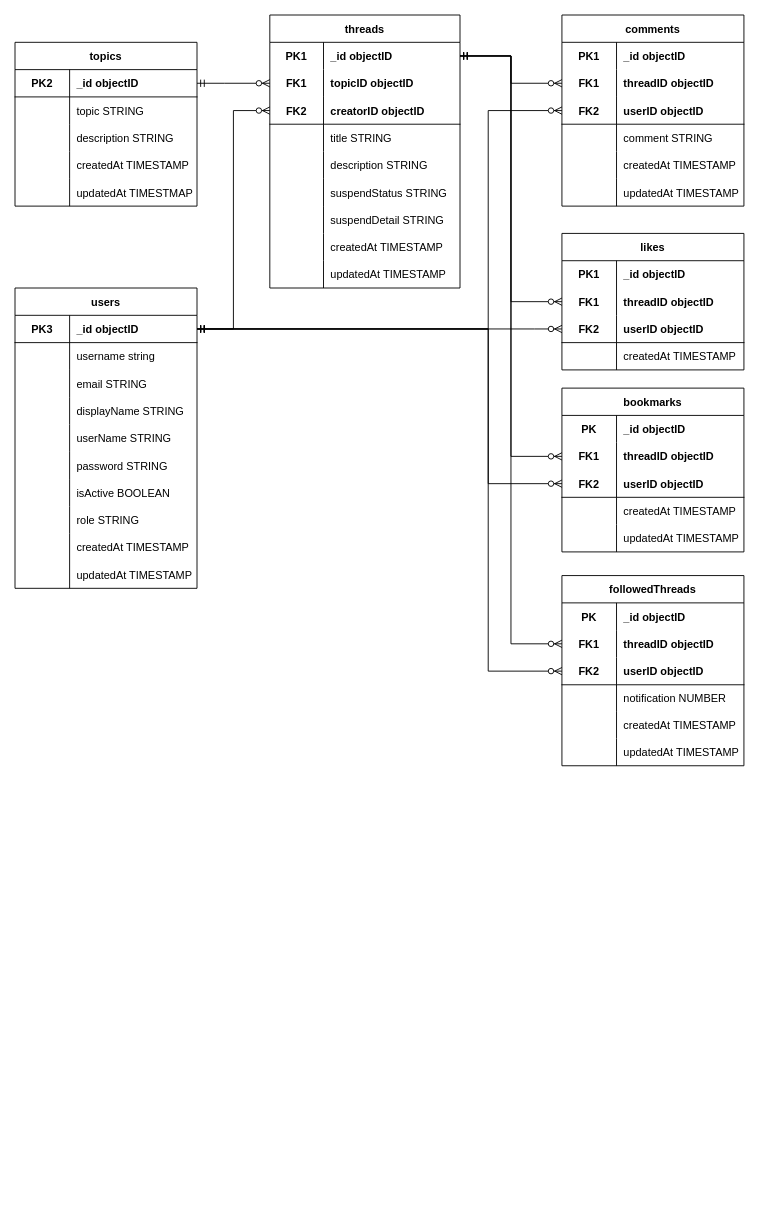
Earlier version of the draw.io diagram document/diagram.drawio (ChaRum-Capstone-Project-Batch-3/Backend). Source tidied: cells renumbered, new cells numbered last; positions are measured from the earlier drawing's top-left corner, leaving out a move shared by most shapes. Both pictures are drawn from the tidied source at 91%, with x=0, y=0 at pixel (15, 15).
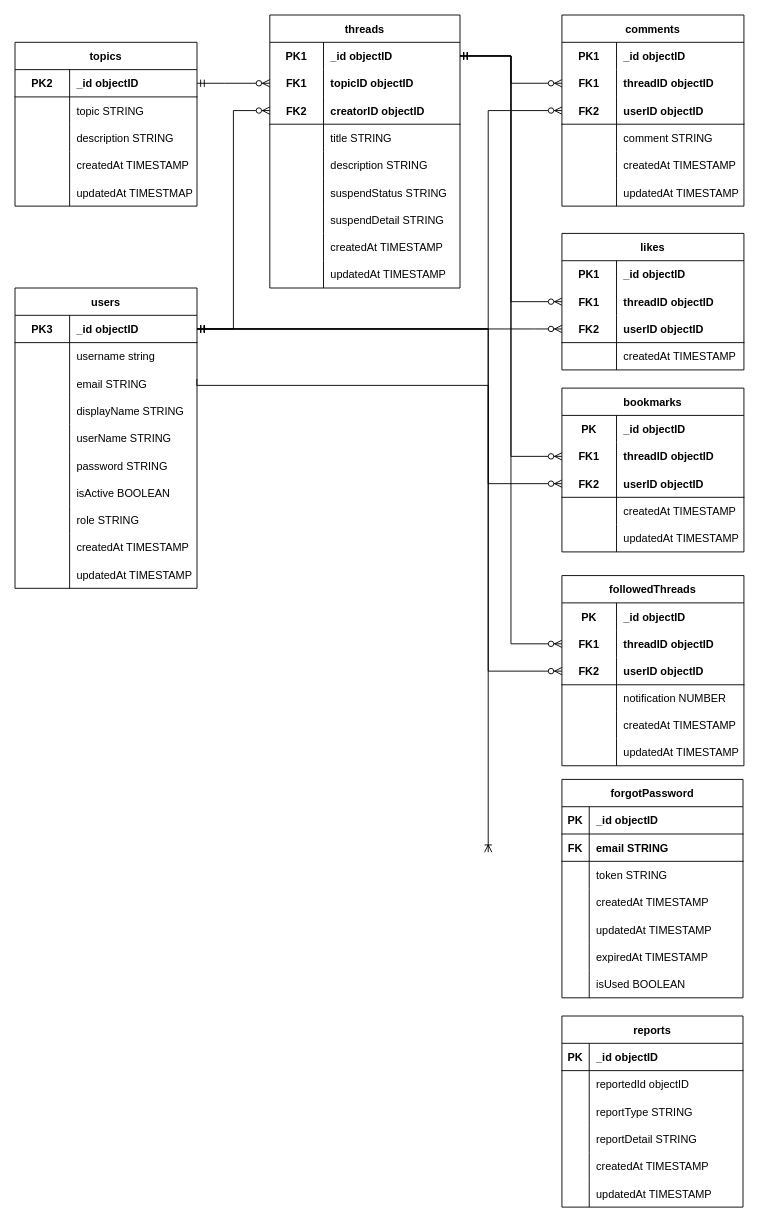
Above is the later version.

The change refers to these unchanged cells:
```xml
<mxCell id="9" style="shape=tableRow;horizontal=0;startSize=0;swimlaneHead=0;swimlaneBody=0;fillColor=none;points=[[0,0.5],[1,0.5]];portConstraint=eastwest;top=0;left=0;right=0;bottom=0;" parent="2" vertex="1">
  <mxGeometry y="90" width="200" height="30" as="geometry" />
</mxCell>
```

Change to the diagram source:
```diff
@@
+    <mxCell id="154" value="forgotPassword" style="shape=table;startSize=30;childLayout=tableLayout;rowLines=0;fontStyle=1;align=center;" parent="1" vertex="1">
+      <mxGeometry x="601" y="840" width="199" height="240" as="geometry" />
+    </mxCell>
+    <mxCell id="155" style="shape=tableRow;horizontal=0;startSize=0;swimlaneHead=0;swimlaneBody=0;fillColor=none;top=0;left=0;right=0;bottom=1;" parent="154" vertex="1">
+      <mxGeometry y="30" width="199" height="30" as="geometry" />
+    </mxCell>
+    <mxCell id="156" value="PK" style="shape=partialRectangle;fillColor=none;top=0;left=0;bottom=0;right=0;fontStyle=1;overflow=hidden;" parent="155" vertex="1">
+      <mxGeometry width="30" height="30" as="geometry" />
+    </mxCell>
+    <mxCell id="157" value="_id objectID" style="shape=partialRectangle;fillColor=none;top=0;left=0;bottom=0;right=0;align=left;spacingLeft=6;fontStyle=1;overflow=hidden;" parent="155" vertex="1">
+      <mxGeometry x="30" width="169" height="30" as="geometry" />
+    </mxCell>
+    <mxCell id="158" style="shape=tableRow;horizontal=0;startSize=0;swimlaneHead=0;swimlaneBody=0;fillColor=none;top=0;left=0;right=0;bottom=1;" parent="154" vertex="1">
+      <mxGeometry y="60" width="199" height="30" as="geometry" />
+    </mxCell>
+    <mxCell id="159" value="FK" style="shape=partialRectangle;fillColor=none;top=0;left=0;bottom=0;right=0;fontStyle=1;overflow=hidden;" parent="158" vertex="1">
+      <mxGeometry width="30" height="30" as="geometry" />
+    </mxCell>
+    <mxCell id="160" value="email STRING" style="shape=partialRectangle;fillColor=none;top=0;left=0;bottom=0;right=0;align=left;spacingLeft=6;fontStyle=1;overflow=hidden;" parent="158" vertex="1">
+      <mxGeometry x="30" width="169" height="30" as="geometry" />
+    </mxCell>
+    <mxCell id="161" style="shape=tableRow;horizontal=0;startSize=0;swimlaneHead=0;swimlaneBody=0;fillColor=none;top=0;left=0;right=0;bottom=0;" parent="154" vertex="1">
+      <mxGeometry y="90" width="199" height="30" as="geometry" />
+    </mxCell>
+    <mxCell id="162" style="shape=partialRectangle;fillColor=none;top=0;left=0;bottom=0;right=0;overflow=hidden;" parent="161" vertex="1">
+      <mxGeometry width="30" height="30" as="geometry" />
+    </mxCell>
+    <mxCell id="163" value="token STRING" style="shape=partialRectangle;fillColor=none;top=0;left=0;bottom=0;right=0;align=left;spacingLeft=6;overflow=hidden;" parent="161" vertex="1">
+      <mxGeometry x="30" width="169" height="30" as="geometry" />
+    </mxCell>
+    <mxCell id="164" style="shape=tableRow;horizontal=0;startSize=0;swimlaneHead=0;swimlaneBody=0;fillColor=none;top=0;left=0;right=0;bottom=0;" parent="154" vertex="1">
+      <mxGeometry y="120" width="199" height="30" as="geometry" />
+    </mxCell>
+    <mxCell id="165" style="shape=partialRectangle;fillColor=none;top=0;left=0;bottom=0;right=0;overflow=hidden;" parent="164" vertex="1">
+      <mxGeometry width="30" height="30" as="geometry" />
+    </mxCell>
+    <mxCell id="166" value="createdAt TIMESTAMP" style="shape=partialRectangle;fillColor=none;top=0;left=0;bottom=0;right=0;align=left;spacingLeft=6;overflow=hidden;" parent="164" vertex="1">
+      <mxGeometry x="30" width="169" height="30" as="geometry" />
+    </mxCell>
+    <mxCell id="167" style="shape=tableRow;horizontal=0;startSize=0;swimlaneHead=0;swimlaneBody=0;fillColor=none;top=0;left=0;right=0;bottom=0;" parent="154" vertex="1">
+      <mxGeometry y="150" width="199" height="30" as="geometry" />
+    </mxCell>
+    <mxCell id="168" style="shape=partialRectangle;fillColor=none;top=0;left=0;bottom=0;right=0;overflow=hidden;" parent="167" vertex="1">
+      <mxGeometry width="30" height="30" as="geometry" />
+    </mxCell>
+    <mxCell id="169" value="updatedAt TIMESTAMP" style="shape=partialRectangle;fillColor=none;top=0;left=0;bottom=0;right=0;align=left;spacingLeft=6;overflow=hidden;" parent="167" vertex="1">
+      <mxGeometry x="30" width="169" height="30" as="geometry" />
+    </mxCell>
+    <mxCell id="170" style="shape=tableRow;horizontal=0;startSize=0;swimlaneHead=0;swimlaneBody=0;fillColor=none;top=0;left=0;right=0;bottom=0;" parent="154" vertex="1">
+      <mxGeometry y="180" width="199" height="30" as="geometry" />
+    </mxCell>
+    <mxCell id="171" style="shape=partialRectangle;fillColor=none;top=0;left=0;bottom=0;right=0;overflow=hidden;" parent="170" vertex="1">
+      <mxGeometry width="30" height="30" as="geometry" />
+    </mxCell>
+    <mxCell id="172" value="expiredAt TIMESTAMP" style="shape=partialRectangle;fillColor=none;top=0;left=0;bottom=0;right=0;align=left;spacingLeft=6;overflow=hidden;" parent="170" vertex="1">
+      <mxGeometry x="30" width="169" height="30" as="geometry" />
+    </mxCell>
+    <mxCell id="173" style="shape=tableRow;horizontal=0;startSize=0;swimlaneHead=0;swimlaneBody=0;fillColor=none;top=0;left=0;right=0;bottom=0;" parent="154" vertex="1">
+      <mxGeometry y="210" width="199" height="30" as="geometry" />
+    </mxCell>
+    <mxCell id="174" style="shape=partialRectangle;fillColor=none;top=0;left=0;bottom=0;right=0;overflow=hidden;" parent="173" vertex="1">
+      <mxGeometry width="30" height="30" as="geometry" />
+    </mxCell>
+    <mxCell id="175" value="isUsed BOOLEAN" style="shape=partialRectangle;fillColor=none;top=0;left=0;bottom=0;right=0;align=left;spacingLeft=6;overflow=hidden;" parent="173" vertex="1">
+      <mxGeometry x="30" width="169" height="30" as="geometry" />
+    </mxCell>
+    <mxCell id="176" style="edgeStyle=elbowEdgeStyle;fontSize=12;html=1;endArrow=ERoneToMany;rounded=0;elbow=vertical;exitX=0.999;exitY=0.329;exitDx=0;exitDy=0;exitPerimeter=0;" parent="1" edge="1" source="9">
+      <mxGeometry relative="1" as="geometry">
+        <mxPoint x="520" y="920" as="targetPoint" />
+        <Array as="points">
+          <mxPoint x="360" y="407" />
+        </Array>
+      </mxGeometry>
+    </mxCell>
+    <mxCell id="177" value="reports" style="shape=table;startSize=30;childLayout=tableLayout;rowLines=0;fontStyle=1;align=center;" parent="1" vertex="1">
+      <mxGeometry x="601" y="1100" width="199" height="210" as="geometry" />
+    </mxCell>
+    <mxCell id="178" style="shape=tableRow;horizontal=0;startSize=0;swimlaneHead=0;swimlaneBody=0;fillColor=none;top=0;left=0;right=0;bottom=1;" parent="177" vertex="1">
+      <mxGeometry y="30" width="199" height="30" as="geometry" />
+    </mxCell>
+    <mxCell id="179" value="PK" style="shape=partialRectangle;fillColor=none;top=0;left=0;bottom=0;right=0;fontStyle=1;overflow=hidden;" parent="178" vertex="1">
+      <mxGeometry width="30" height="30" as="geometry" />
+    </mxCell>
+    <mxCell id="180" value="_id objectID" style="shape=partialRectangle;fillColor=none;top=0;left=0;bottom=0;right=0;align=left;spacingLeft=6;fontStyle=1;overflow=hidden;" parent="178" vertex="1">
+      <mxGeometry x="30" width="169" height="30" as="geometry" />
+    </mxCell>
+    <mxCell id="181" style="shape=tableRow;horizontal=0;startSize=0;swimlaneHead=0;swimlaneBody=0;fillColor=none;top=0;left=0;right=0;bottom=0;" parent="177" vertex="1">
+      <mxGeometry y="60" width="199" height="30" as="geometry" />
+    </mxCell>
+    <mxCell id="182" style="shape=partialRectangle;fillColor=none;top=0;left=0;bottom=0;right=0;overflow=hidden;" parent="181" vertex="1">
+      <mxGeometry width="30" height="30" as="geometry" />
+    </mxCell>
+    <mxCell id="183" value="reportedId objectID" style="shape=partialRectangle;fillColor=none;top=0;left=0;bottom=0;right=0;align=left;spacingLeft=6;overflow=hidden;" parent="181" vertex="1">
+      <mxGeometry x="30" width="169" height="30" as="geometry" />
+    </mxCell>
+    <mxCell id="184" style="shape=tableRow;horizontal=0;startSize=0;swimlaneHead=0;swimlaneBody=0;fillColor=none;top=0;left=0;right=0;bottom=0;" parent="177" vertex="1">
+      <mxGeometry y="90" width="199" height="30" as="geometry" />
+    </mxCell>
+    <mxCell id="185" style="shape=partialRectangle;fillColor=none;top=0;left=0;bottom=0;right=0;overflow=hidden;" parent="184" vertex="1">
+      <mxGeometry width="30" height="30" as="geometry" />
+    </mxCell>
+    <mxCell id="186" value="reportType STRING" style="shape=partialRectangle;fillColor=none;top=0;left=0;bottom=0;right=0;align=left;spacingLeft=6;overflow=hidden;" parent="184" vertex="1">
+      <mxGeometry x="30" width="169" height="30" as="geometry" />
+    </mxCell>
+    <mxCell id="187" style="shape=tableRow;horizontal=0;startSize=0;swimlaneHead=0;swimlaneBody=0;fillColor=none;top=0;left=0;right=0;bottom=0;" parent="177" vertex="1">
+      <mxGeometry y="120" width="199" height="30" as="geometry" />
+    </mxCell>
+    <mxCell id="188" style="shape=partialRectangle;fillColor=none;top=0;left=0;bottom=0;right=0;overflow=hidden;" parent="187" vertex="1">
+      <mxGeometry width="30" height="30" as="geometry" />
+    </mxCell>
+    <mxCell id="189" value="reportDetail STRING    " style="shape=partialRectangle;fillColor=none;top=0;left=0;bottom=0;right=0;align=left;spacingLeft=6;overflow=hidden;" parent="187" vertex="1">
+      <mxGeometry x="30" width="169" height="30" as="geometry" />
+    </mxCell>
+    <mxCell id="190" style="shape=tableRow;horizontal=0;startSize=0;swimlaneHead=0;swimlaneBody=0;fillColor=none;top=0;left=0;right=0;bottom=0;" parent="177" vertex="1">
+      <mxGeometry y="150" width="199" height="30" as="geometry" />
+    </mxCell>
+    <mxCell id="191" style="shape=partialRectangle;fillColor=none;top=0;left=0;bottom=0;right=0;overflow=hidden;" parent="190" vertex="1">
+      <mxGeometry width="30" height="30" as="geometry" />
+    </mxCell>
+    <mxCell id="192" value="createdAt TIMESTAMP  " style="shape=partialRectangle;fillColor=none;top=0;left=0;bottom=0;right=0;align=left;spacingLeft=6;overflow=hidden;" parent="190" vertex="1">
+      <mxGeometry x="30" width="169" height="30" as="geometry" />
+    </mxCell>
+    <mxCell id="193" style="shape=tableRow;horizontal=0;startSize=0;swimlaneHead=0;swimlaneBody=0;fillColor=none;top=0;left=0;right=0;bottom=0;" parent="177" vertex="1">
+      <mxGeometry y="180" width="199" height="30" as="geometry" />
+    </mxCell>
+    <mxCell id="194" style="shape=partialRectangle;fillColor=none;top=0;left=0;bottom=0;right=0;overflow=hidden;" parent="193" vertex="1">
+      <mxGeometry width="30" height="30" as="geometry" />
+    </mxCell>
+    <mxCell id="195" value="updatedAt TIMESTAMP" style="shape=partialRectangle;fillColor=none;top=0;left=0;bottom=0;right=0;align=left;spacingLeft=6;overflow=hidden;" parent="193" vertex="1">
+      <mxGeometry x="30" width="169" height="30" as="geometry" />
+    </mxCell>
```
